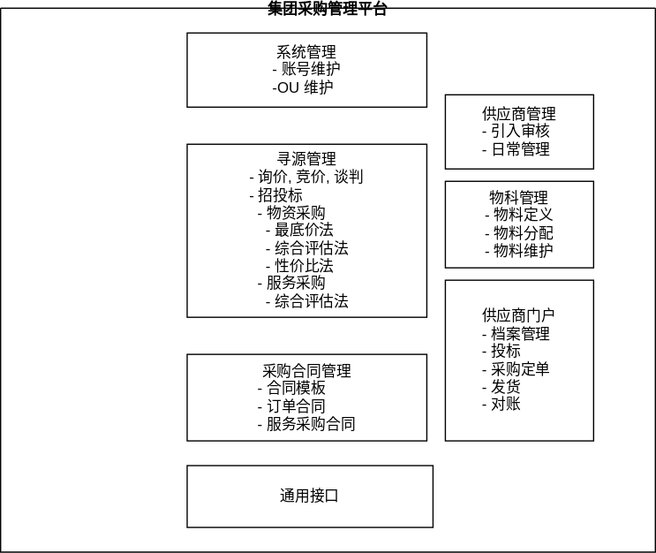
Above: 各类图表/采购平台拓扑图.svg in zhangqizhen315/purchase_payment (draw.io), before the change. Source tidied: cells renumbered, new cells last; positions are measured from the earlier drawing's top-left corner, leaving out a move shared by most shapes.
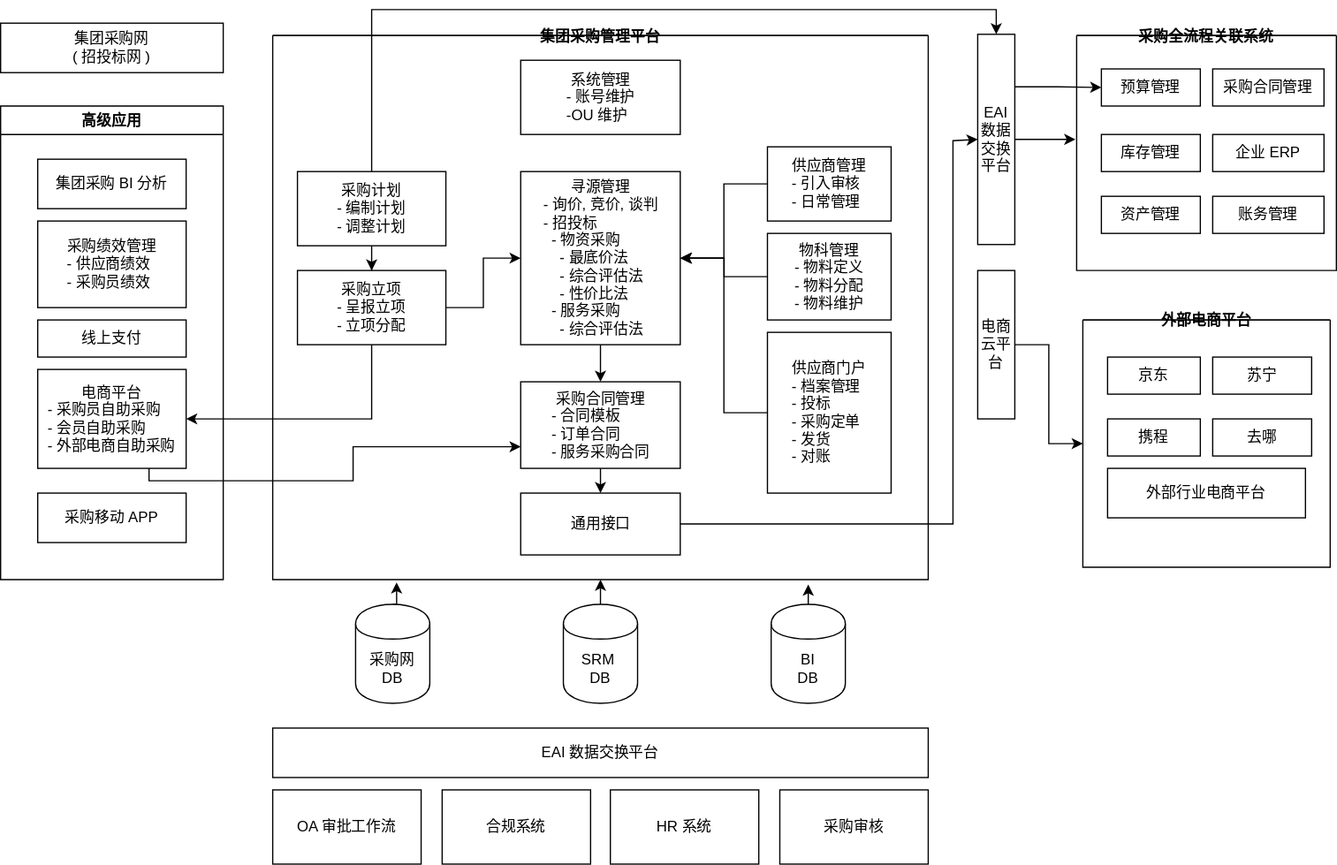
After the commit.

Commit message:
Update 采购平台拓扑图.svg

Diff of the diagram source:
```diff
@@ -6,25 +6,185 @@
       <mxGeometry width="530" height="440" as="geometry" />
     </mxCell>
     <mxCell id="3" value="&lt;div&gt;&lt;span&gt;系统管理&lt;/span&gt;&lt;/div&gt;&lt;div style=&quot;text-align: left&quot;&gt;&lt;span&gt;- 账号维护&lt;/span&gt;&lt;/div&gt;&lt;div style=&quot;text-align: left&quot;&gt;&lt;span&gt;-OU 维护&lt;/span&gt;&lt;/div&gt;" style="rounded=0;whiteSpace=wrap;html=1;align=center;" parent="2" vertex="1">
-      <mxGeometry x="151" y="20" width="194" height="60" as="geometry" />
+      <mxGeometry x="200.5" y="20" width="129" height="60" as="geometry" />
     </mxCell>
+    <mxCell id="10" style="edgeStyle=orthogonalEdgeStyle;rounded=0;jettySize=auto;html=1;exitX=0.5;exitY=1;exitDx=0;exitDy=0;" parent="2" edge="1" source="4" target="5">
+      <mxGeometry relative="1" as="geometry" />
+    </mxCell>
     <mxCell id="4" value="寻源管理&lt;br&gt;&lt;div style=&quot;text-align: left&quot;&gt;&lt;span&gt;- 询价, 竞价, 谈判&lt;/span&gt;&lt;/div&gt;&lt;div style=&quot;text-align: left&quot;&gt;&lt;span&gt;- 招投标&lt;/span&gt;&lt;/div&gt;&lt;div style=&quot;text-align: left&quot;&gt;&lt;span&gt;&amp;nbsp; - 物资采购&lt;/span&gt;&lt;/div&gt;&lt;div style=&quot;text-align: left&quot;&gt;&lt;span&gt;&amp;nbsp; &amp;nbsp; - 最底价法&lt;/span&gt;&lt;/div&gt;&lt;div style=&quot;text-align: left&quot;&gt;&lt;span&gt;&amp;nbsp; &amp;nbsp; - 综合评估法&lt;/span&gt;&lt;/div&gt;&lt;div style=&quot;text-align: left&quot;&gt;&lt;span&gt;&amp;nbsp; &amp;nbsp; - 性价比法&lt;/span&gt;&lt;/div&gt;&lt;div style=&quot;text-align: left&quot;&gt;&lt;span&gt;&amp;nbsp; - 服务采购&lt;/span&gt;&lt;/div&gt;&lt;div style=&quot;text-align: left&quot;&gt;&lt;span&gt;&amp;nbsp; &amp;nbsp; - 综合评估法&lt;/span&gt;&lt;/div&gt;" style="rounded=0;whiteSpace=wrap;html=1;" parent="2" vertex="1">
-      <mxGeometry x="151" y="110" width="194" height="140" as="geometry" />
+      <mxGeometry x="200.5" y="110" width="129" height="140" as="geometry" />
     </mxCell>
+    <mxCell id="11" style="edgeStyle=orthogonalEdgeStyle;rounded=0;jettySize=auto;html=1;exitX=0.5;exitY=1;exitDx=0;exitDy=0;entryX=0.5;entryY=0;entryDx=0;entryDy=0;" parent="2" edge="1" source="5" target="9">
+      <mxGeometry relative="1" as="geometry" />
+    </mxCell>
     <mxCell id="5" value="采购合同管理&lt;br&gt;&lt;div style=&quot;text-align: left&quot;&gt;&lt;span&gt;- 合同模板&lt;/span&gt;&lt;/div&gt;&lt;div style=&quot;text-align: left&quot;&gt;&lt;span&gt;- 订单合同&lt;/span&gt;&lt;/div&gt;&lt;div style=&quot;text-align: left&quot;&gt;&lt;span&gt;- 服务采购合同&lt;/span&gt;&lt;/div&gt;" style="rounded=0;whiteSpace=wrap;html=1;align=center;" parent="2" vertex="1">
-      <mxGeometry x="151" y="280" width="194" height="70" as="geometry" />
+      <mxGeometry x="200.5" y="280" width="129" height="70" as="geometry" />
     </mxCell>
+    <mxCell id="9" value="通用接口" style="rounded=0;whiteSpace=wrap;html=1;" parent="2" vertex="1">
+      <mxGeometry x="200.5" y="370" width="129" height="50" as="geometry" />
+    </mxCell>
+    <mxCell id="12" style="edgeStyle=orthogonalEdgeStyle;rounded=0;jettySize=auto;html=1;exitX=0.5;exitY=1;exitDx=0;exitDy=0;" parent="2" edge="1" source="13" target="15">
+      <mxGeometry relative="1" as="geometry" />
+    </mxCell>
+    <mxCell id="13" value="采购计划&lt;br&gt;&lt;div style=&quot;text-align: left&quot;&gt;&lt;span&gt;- 编制计划&lt;/span&gt;&lt;/div&gt;&lt;div style=&quot;text-align: left&quot;&gt;&lt;span&gt;- 调整计划&lt;/span&gt;&lt;/div&gt;" style="rounded=0;whiteSpace=wrap;html=1;" parent="2" vertex="1">
+      <mxGeometry x="20" y="110" width="120" height="60" as="geometry" />
+    </mxCell>
+    <mxCell id="14" style="edgeStyle=orthogonalEdgeStyle;rounded=0;jettySize=auto;html=1;exitX=1;exitY=0.5;exitDx=0;exitDy=0;" parent="2" edge="1" source="15" target="4">
+      <mxGeometry relative="1" as="geometry" />
+    </mxCell>
+    <mxCell id="15" value="采购立项&lt;br&gt;&lt;div style=&quot;text-align: left&quot;&gt;&lt;span&gt;- 呈报立项&lt;/span&gt;&lt;/div&gt;&lt;div style=&quot;text-align: left&quot;&gt;&lt;span&gt;- 立项分配&lt;/span&gt;&lt;/div&gt;" style="rounded=0;whiteSpace=wrap;html=1;" parent="2" vertex="1">
+      <mxGeometry x="20" y="190" width="120" height="60" as="geometry" />
+    </mxCell>
+    <mxCell id="16" style="edgeStyle=orthogonalEdgeStyle;rounded=0;jettySize=auto;html=1;exitX=0;exitY=0.5;exitDx=0;exitDy=0;entryX=1;entryY=0.5;entryDx=0;entryDy=0;" parent="2" edge="1" source="6" target="4">
+      <mxGeometry relative="1" as="geometry" />
+    </mxCell>
     <mxCell id="6" value="供应商管理&lt;br&gt;&lt;div style=&quot;text-align: left&quot;&gt;&lt;span&gt;- 引入审核&lt;/span&gt;&lt;/div&gt;&lt;div style=&quot;text-align: left&quot;&gt;&lt;span&gt;- 日常管理&lt;/span&gt;&lt;/div&gt;" style="rounded=0;whiteSpace=wrap;html=1;" parent="2" vertex="1">
-      <mxGeometry x="360" y="70" width="120" height="60" as="geometry" />
+      <mxGeometry x="400" y="90" width="100" height="60" as="geometry" />
     </mxCell>
+    <mxCell id="17" style="edgeStyle=orthogonalEdgeStyle;rounded=0;jettySize=auto;html=1;exitX=0;exitY=0.5;exitDx=0;exitDy=0;" parent="2" edge="1" source="8" target="4">
+      <mxGeometry relative="1" as="geometry" />
+    </mxCell>
+    <mxCell id="8" value="供应商门户&lt;br&gt;&lt;div style=&quot;text-align: left&quot;&gt;&lt;span&gt;- 档案管理&lt;/span&gt;&lt;/div&gt;&lt;div style=&quot;text-align: left&quot;&gt;&lt;span&gt;- 投标&lt;/span&gt;&lt;/div&gt;&lt;div style=&quot;text-align: left&quot;&gt;&lt;span&gt;- 采购定单&lt;/span&gt;&lt;/div&gt;&lt;div style=&quot;text-align: left&quot;&gt;&lt;span&gt;- 发货&lt;/span&gt;&lt;/div&gt;&lt;div style=&quot;text-align: left&quot;&gt;&lt;span&gt;- 对账&lt;/span&gt;&lt;/div&gt;" style="rounded=0;whiteSpace=wrap;html=1;" parent="2" vertex="1">
+      <mxGeometry x="400" y="240" width="100" height="130" as="geometry" />
+    </mxCell>
-    <mxCell id="7" value="物科管理&lt;br&gt;&lt;div style=&quot;text-align: left&quot;&gt;&lt;span&gt;- 物料定义&lt;/span&gt;&lt;/div&gt;&lt;div style=&quot;text-align: left&quot;&gt;&lt;span&gt;- 物料分配&lt;/span&gt;&lt;/div&gt;&lt;div style=&quot;text-align: left&quot;&gt;- 物料维护&lt;/div&gt;" style="rounded=0;whiteSpace=wrap;html=1;" parent="2" vertex="1">
-      <mxGeometry x="360" y="140" width="120" height="70" as="geometry" />
+    <mxCell id="7" value="物科管理&lt;br&gt;&lt;div style=&quot;text-align: left&quot;&gt;&lt;span&gt;- 物料定义&lt;/span&gt;&lt;/div&gt;&lt;div style=&quot;text-align: left&quot;&gt;&lt;span&gt;- 物料分配&lt;/span&gt;&lt;/div&gt;&lt;div style=&quot;text-align: left&quot;&gt;- 物料维护&lt;/div&gt;" style="rounded=0;whiteSpace=wrap;html=1;direction=west;" parent="2" vertex="1">
+      <mxGeometry x="400" y="160" width="100" height="70" as="geometry" />
     </mxCell>
-    <mxCell id="8" value="供应商门户&lt;br&gt;&lt;div style=&quot;text-align: left&quot;&gt;&lt;span&gt;- 档案管理&lt;/span&gt;&lt;/div&gt;&lt;div style=&quot;text-align: left&quot;&gt;&lt;span&gt;- 投标&lt;/span&gt;&lt;/div&gt;&lt;div style=&quot;text-align: left&quot;&gt;&lt;span&gt;- 采购定单&lt;/span&gt;&lt;/div&gt;&lt;div style=&quot;text-align: left&quot;&gt;&lt;span&gt;- 发货&lt;/span&gt;&lt;/div&gt;&lt;div style=&quot;text-align: left&quot;&gt;&lt;span&gt;- 对账&lt;/span&gt;&lt;/div&gt;" style="rounded=0;whiteSpace=wrap;html=1;" parent="2" vertex="1">
-      <mxGeometry x="360" y="220" width="120" height="130" as="geometry" />
-    </mxCell>
-    <mxCell id="9" value="通用接口" style="rounded=0;whiteSpace=wrap;html=1;" parent="2" vertex="1">
-      <mxGeometry x="151" y="370" width="199" height="50" as="geometry" />
-    </mxCell>
+    <mxCell id="18" style="edgeStyle=orthogonalEdgeStyle;rounded=0;jettySize=auto;html=1;exitX=1;exitY=0.5;exitDx=0;exitDy=0;" parent="1" edge="1" source="7">
+      <mxGeometry relative="1" as="geometry">
+        <mxPoint x="330" y="180" as="targetPoint" />
+      </mxGeometry>
+    </mxCell>
+    <mxCell id="19" style="edgeStyle=orthogonalEdgeStyle;rounded=0;jettySize=auto;html=1;exitX=1;exitY=0.25;exitDx=0;exitDy=0;" parent="1" edge="1" source="21" target="23">
+      <mxGeometry relative="1" as="geometry" />
+    </mxCell>
+    <mxCell id="20" style="edgeStyle=orthogonalEdgeStyle;rounded=0;jettySize=auto;html=1;exitX=1;exitY=0.5;exitDx=0;exitDy=0;entryX=-0.005;entryY=0.442;entryDx=0;entryDy=0;entryPerimeter=0;" parent="1" edge="1" source="21" target="22">
+      <mxGeometry relative="1" as="geometry" />
+    </mxCell>
+    <mxCell id="21" value="EAI&lt;br&gt;数据交换平台" style="rounded=0;whiteSpace=wrap;html=1;fontFamily=Helvetica;labelPosition=center;verticalLabelPosition=middle;align=center;verticalAlign=middle;horizontal=1;labelBackgroundColor=none;labelBorderColor=none;" parent="1" vertex="1">
+      <mxGeometry x="570" y="-1" width="30" height="170" as="geometry" />
+    </mxCell>
+    <mxCell id="22" value="采购全流程关联系统" style="swimlane;startSize=0;" parent="1" vertex="1">
+      <mxGeometry x="650" width="210" height="190" as="geometry" />
+    </mxCell>
+    <mxCell id="23" value="预算管理" style="rounded=0;whiteSpace=wrap;html=1;" parent="22" vertex="1">
+      <mxGeometry x="20" y="27" width="80" height="30" as="geometry" />
+    </mxCell>
+    <mxCell id="24" value="采购合同管理" style="rounded=0;whiteSpace=wrap;html=1;" parent="22" vertex="1">
+      <mxGeometry x="110" y="27" width="90" height="30" as="geometry" />
+    </mxCell>
+    <mxCell id="25" value="库存管理" style="rounded=0;whiteSpace=wrap;html=1;" parent="22" vertex="1">
+      <mxGeometry x="20" y="80" width="80" height="30" as="geometry" />
+    </mxCell>
+    <mxCell id="26" value="企业 ERP" style="rounded=0;whiteSpace=wrap;html=1;" parent="22" vertex="1">
+      <mxGeometry x="110" y="80" width="90" height="30" as="geometry" />
+    </mxCell>
+    <mxCell id="27" value="资产管理" style="whiteSpace=wrap;html=1;" parent="22" vertex="1">
+      <mxGeometry x="20" y="130" width="80" height="30" as="geometry" />
+    </mxCell>
+    <mxCell id="28" value="账务管理" style="whiteSpace=wrap;html=1;" parent="22" vertex="1">
+      <mxGeometry x="110" y="130" width="90" height="30" as="geometry" />
+    </mxCell>
+    <mxCell id="29" style="edgeStyle=orthogonalEdgeStyle;rounded=0;jettySize=auto;html=1;exitX=0.5;exitY=0;exitDx=0;exitDy=0;" parent="1" edge="1" source="30" target="31">
+      <mxGeometry relative="1" as="geometry" />
+    </mxCell>
+    <mxCell id="30" value="电商云平台" style="rounded=0;whiteSpace=wrap;html=1;direction=south;" parent="1" vertex="1">
+      <mxGeometry x="570" y="190" width="30" height="120" as="geometry" />
+    </mxCell>
+    <mxCell id="31" value="外部电商平台" style="swimlane;startSize=0;" parent="1" vertex="1">
+      <mxGeometry x="655" y="230" width="200" height="200" as="geometry" />
+    </mxCell>
+    <mxCell id="32" value="京东" style="whiteSpace=wrap;html=1;" parent="31" vertex="1">
+      <mxGeometry x="20" y="30" width="75" height="30" as="geometry" />
+    </mxCell>
+    <mxCell id="33" value="苏宁" style="whiteSpace=wrap;html=1;" parent="31" vertex="1">
+      <mxGeometry x="105" y="30" width="80" height="30" as="geometry" />
+    </mxCell>
+    <mxCell id="34" value="携程" style="whiteSpace=wrap;html=1;" parent="31" vertex="1">
+      <mxGeometry x="20" y="80" width="75" height="30" as="geometry" />
+    </mxCell>
+    <mxCell id="35" value="外部行业电商平台" style="whiteSpace=wrap;html=1;" parent="31" vertex="1">
+      <mxGeometry x="20" y="120" width="160" height="40" as="geometry" />
+    </mxCell>
+    <mxCell id="36" value="去哪" style="whiteSpace=wrap;html=1;" parent="1" vertex="1">
+      <mxGeometry x="760" y="310" width="80" height="30" as="geometry" />
+    </mxCell>
+    <mxCell id="37" style="edgeStyle=orthogonalEdgeStyle;rounded=0;jettySize=auto;html=1;exitX=0.5;exitY=0;exitDx=0;exitDy=0;entryX=0.5;entryY=0;entryDx=0;entryDy=0;" parent="1" edge="1" source="13" target="21">
+      <mxGeometry relative="1" as="geometry" />
+    </mxCell>
+    <mxCell id="38" style="edgeStyle=orthogonalEdgeStyle;rounded=0;jettySize=auto;html=1;exitX=1;exitY=0.5;exitDx=0;exitDy=0;entryX=0;entryY=0.5;entryDx=0;entryDy=0;" parent="1" edge="1" source="9" target="21">
+      <mxGeometry relative="1" as="geometry">
+        <Array as="points">
+          <mxPoint x="550" y="395" />
+          <mxPoint x="550" y="85" />
+        </Array>
+      </mxGeometry>
+    </mxCell>
+    <mxCell id="39" value="集团采购网&lt;br&gt;( 招投标网 )" style="whiteSpace=wrap;html=1;" parent="1" vertex="1">
+      <mxGeometry x="-220" y="-10" width="180" height="40" as="geometry" />
+    </mxCell>
+    <mxCell id="40" value="高级应用" style="swimlane;startSize=23;" parent="1" vertex="1">
+      <mxGeometry x="-220" y="57" width="180" height="383" as="geometry" />
+    </mxCell>
+    <mxCell id="41" value="集团采购 BI 分析" style="whiteSpace=wrap;html=1;" parent="40" vertex="1">
+      <mxGeometry x="30" y="43" width="120" height="40" as="geometry" />
+    </mxCell>
+    <mxCell id="42" value="采购移动 APP" style="whiteSpace=wrap;html=1;" parent="40" vertex="1">
+      <mxGeometry x="30" y="313" width="120" height="40" as="geometry" />
+    </mxCell>
+    <mxCell id="43" value="采购绩效管理&lt;br&gt;&lt;div style=&quot;text-align: left&quot;&gt;&lt;span&gt;- 供应商绩效&lt;/span&gt;&lt;/div&gt;&lt;div style=&quot;text-align: left&quot;&gt;&lt;span&gt;- 采购员绩效&lt;/span&gt;&lt;/div&gt;" style="whiteSpace=wrap;html=1;" parent="1" vertex="1">
+      <mxGeometry x="-190" y="150" width="120" height="70" as="geometry" />
+    </mxCell>
+    <mxCell id="44" value="线上支付" style="whiteSpace=wrap;html=1;" parent="1" vertex="1">
+      <mxGeometry x="-190" y="230" width="120" height="30" as="geometry" />
+    </mxCell>
+    <mxCell id="45" style="edgeStyle=orthogonalEdgeStyle;rounded=0;jettySize=auto;html=1;exitX=0.75;exitY=1;exitDx=0;exitDy=0;entryX=0;entryY=0.75;entryDx=0;entryDy=0;" parent="1" edge="1" source="46" target="5">
+      <mxGeometry relative="1" as="geometry">
+        <Array as="points">
+          <mxPoint x="-100" y="360" />
+          <mxPoint x="65" y="360" />
+          <mxPoint x="65" y="333" />
+        </Array>
+      </mxGeometry>
+    </mxCell>
+    <mxCell id="46" value="电商平台&lt;br&gt;&lt;div style=&quot;text-align: left&quot;&gt;&lt;span&gt;- 采购员自助采购&lt;/span&gt;&lt;/div&gt;&lt;div style=&quot;text-align: left&quot;&gt;&lt;span&gt;- 会员自助采购&lt;/span&gt;&lt;/div&gt;&lt;div style=&quot;text-align: left&quot;&gt;&lt;span&gt;- 外部电商自助采购&lt;/span&gt;&lt;/div&gt;" style="whiteSpace=wrap;html=1;" parent="1" vertex="1">
+      <mxGeometry x="-190" y="270" width="120" height="80" as="geometry" />
+    </mxCell>
+    <mxCell id="47" style="edgeStyle=orthogonalEdgeStyle;rounded=0;jettySize=auto;html=1;exitX=0.5;exitY=1;exitDx=0;exitDy=0;entryX=1;entryY=0.5;entryDx=0;entryDy=0;" parent="1" edge="1" source="15" target="46">
+      <mxGeometry relative="1" as="geometry" />
+    </mxCell>
+    <mxCell id="48" style="edgeStyle=orthogonalEdgeStyle;rounded=0;jettySize=auto;html=1;exitX=0.5;exitY=0;exitDx=0;exitDy=0;entryX=0.189;entryY=1.005;entryDx=0;entryDy=0;entryPerimeter=0;" parent="1" edge="1" source="49" target="2">
+      <mxGeometry relative="1" as="geometry" />
+    </mxCell>
+    <mxCell id="49" value="采购网&lt;br&gt;DB" style="shape=cylinder;whiteSpace=wrap;html=1;boundedLbl=1;backgroundOutline=1;" parent="1" vertex="1">
+      <mxGeometry x="67" y="460" width="60" height="80" as="geometry" />
+    </mxCell>
+    <mxCell id="50" style="edgeStyle=orthogonalEdgeStyle;rounded=0;jettySize=auto;html=1;exitX=0.5;exitY=0;exitDx=0;exitDy=0;entryX=0.5;entryY=1;entryDx=0;entryDy=0;" parent="1" edge="1" source="51" target="2">
+      <mxGeometry relative="1" as="geometry" />
+    </mxCell>
+    <mxCell id="51" value="SRM&amp;nbsp;&lt;br&gt;DB" style="shape=cylinder;whiteSpace=wrap;html=1;boundedLbl=1;backgroundOutline=1;" parent="1" vertex="1">
+      <mxGeometry x="235" y="460" width="60" height="80" as="geometry" />
+    </mxCell>
+    <mxCell id="52" style="edgeStyle=orthogonalEdgeStyle;rounded=0;jettySize=auto;html=1;exitX=0.5;exitY=0;exitDx=0;exitDy=0;entryX=0.817;entryY=1.009;entryDx=0;entryDy=0;entryPerimeter=0;" parent="1" edge="1" source="53" target="2">
+      <mxGeometry relative="1" as="geometry" />
+    </mxCell>
+    <mxCell id="53" value="BI&lt;br&gt;DB" style="shape=cylinder;whiteSpace=wrap;html=1;boundedLbl=1;backgroundOutline=1;" parent="1" vertex="1">
+      <mxGeometry x="403" y="460" width="60" height="80" as="geometry" />
+    </mxCell>
+    <mxCell id="54" value="EAI 数据交换平台" style="whiteSpace=wrap;html=1;" parent="1" vertex="1">
+      <mxGeometry y="560" width="530" height="40" as="geometry" />
+    </mxCell>
+    <mxCell id="55" value="OA 审批工作流" style="whiteSpace=wrap;html=1;" parent="1" vertex="1">
+      <mxGeometry y="610" width="120" height="60" as="geometry" />
+    </mxCell>
+    <mxCell id="56" value="合规系统" style="whiteSpace=wrap;html=1;" parent="1" vertex="1">
+      <mxGeometry x="137" y="610" width="120" height="60" as="geometry" />
+    </mxCell>
+    <mxCell id="57" value="HR 系统" style="whiteSpace=wrap;html=1;" parent="1" vertex="1">
+      <mxGeometry x="273" y="610" width="120" height="60" as="geometry" />
+    </mxCell>
+    <mxCell id="58" value="采购审核" style="whiteSpace=wrap;html=1;" parent="1" vertex="1">
+      <mxGeometry x="410" y="610" width="120" height="60" as="geometry" />
+    </mxCell>
   </root>
 </mxGraphModel>
```
